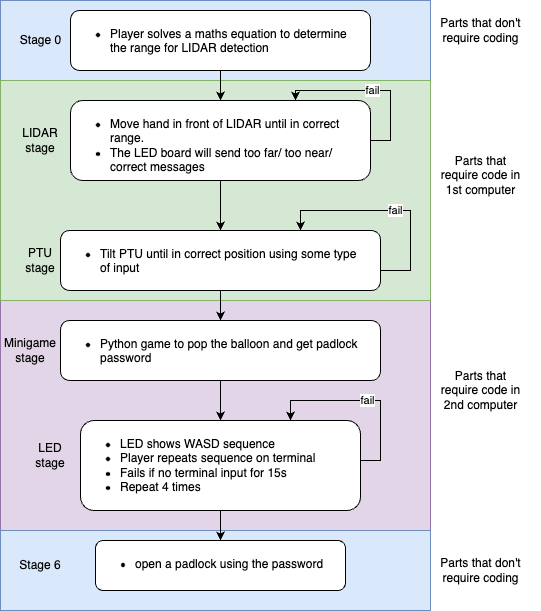
jtho4403/Escape-Room keeps this draw.io diagram as image/flowchart.drawio.png. Above is the earlier version. Source tidied: cells renumbered, new cells last; positions are measured from the earlier drawing's top-left corner, leaving out a move shared by most shapes.
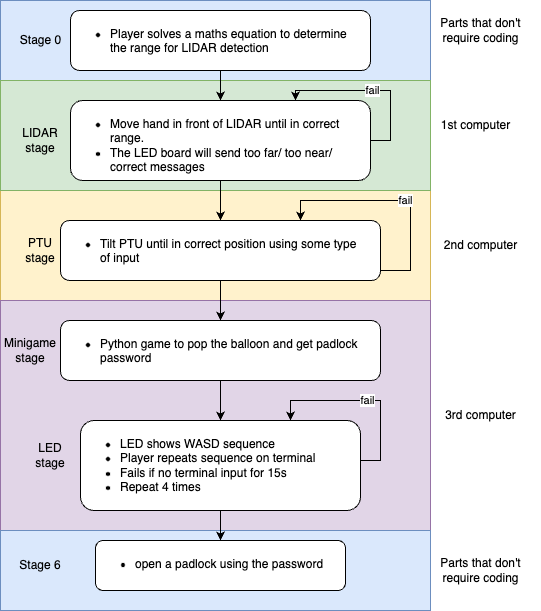
Above is the later version.

Change to the diagram source:
```diff
@@ -5,6 +5,9 @@
     <mxCell id="2" style="rounded=0;whiteSpace=wrap;html=1;strokeColor=none;" parent="1" vertex="1">
       <mxGeometry width="540" height="610" as="geometry" />
     </mxCell>
+    <mxCell id="31" style="rounded=0;whiteSpace=wrap;html=1;fillColor=#fff2cc;strokeColor=#d6b656;" parent="1" vertex="1">
+      <mxGeometry y="190" width="430" height="110" as="geometry" />
+    </mxCell>
     <mxCell id="3" style="rounded=0;whiteSpace=wrap;html=1;fillColor=#e1d5e7;strokeColor=#9673a6;" parent="1" vertex="1">
       <mxGeometry y="300" width="430" height="230" as="geometry" />
     </mxCell>
@@ -15,7 +18,7 @@
       <mxGeometry y="530" width="430" height="80" as="geometry" />
     </mxCell>
     <mxCell id="6" style="rounded=0;whiteSpace=wrap;html=1;fillColor=#d5e8d4;strokeColor=#82b366;" parent="1" vertex="1">
-      <mxGeometry y="80" width="430" height="220" as="geometry" />
+      <mxGeometry y="80" width="430" height="110" as="geometry" />
     </mxCell>
     <mxCell id="7" style="edgeStyle=orthogonalEdgeStyle;rounded=0;jettySize=auto;html=1;" parent="1" edge="1" source="8" target="18">
       <mxGeometry relative="1" as="geometry" />
@@ -55,15 +58,15 @@
       </mxGeometry>
     </mxCell>
     <mxCell id="15" value="PTU&lt;br&gt;stage" style="text;html=1;strokeColor=none;fillColor=none;align=center;verticalAlign=middle;whiteSpace=wrap;rounded=0;" parent="1" vertex="1">
-      <mxGeometry x="10" y="245" width="60" height="30" as="geometry" />
+      <mxGeometry x="10" y="235" width="60" height="30" as="geometry" />
     </mxCell>
     <mxCell id="16" value="fail" style="edgeStyle=orthogonalEdgeStyle;rounded=0;orthogonalLoop=1;jettySize=auto;html=1;exitX=1;exitY=0.5;exitDx=0;exitDy=0;entryX=0.75;entryY=0;entryDx=0;entryDy=0;" parent="1" edge="1" source="18" target="18">
       <mxGeometry relative="1" as="geometry">
         <Array as="points">
-          <mxPoint x="390" y="270" />
+          <mxPoint x="380" y="270" />
           <mxPoint x="410" y="270" />
-          <mxPoint x="410" y="210" />
-          <mxPoint x="310" y="210" />
+          <mxPoint x="410" y="200" />
+          <mxPoint x="300" y="200" />
         </Array>
       </mxGeometry>
     </mxCell>
@@ -71,7 +74,7 @@
       <mxGeometry relative="1" as="geometry" />
     </mxCell>
     <mxCell id="18" value="&lt;ul&gt;&lt;li&gt;Tilt PTU until in correct position using some type of input&amp;nbsp;&lt;/li&gt;&lt;/ul&gt;" style="rounded=1;whiteSpace=wrap;html=1;verticalAlign=top;align=left;spacingLeft=0;spacing=0;spacingRight=20;" parent="1" vertex="1">
-      <mxGeometry x="60" y="230" width="320" height="60" as="geometry" />
+      <mxGeometry x="60" y="220" width="320" height="60" as="geometry" />
     </mxCell>
     <mxCell id="19" value="&lt;ul&gt;&lt;li&gt;open a padlock using the password&lt;/li&gt;&lt;/ul&gt;" style="rounded=1;whiteSpace=wrap;html=1;verticalAlign=top;align=left;spacingLeft=0;spacing=0;spacingRight=20;" parent="1" vertex="1">
       <mxGeometry x="95" y="540" width="250" height="50" as="geometry" />
@@ -85,8 +88,8 @@
     <mxCell id="22" value="&lt;ul&gt;&lt;li&gt;Player solves a maths equation to determine the range for LIDAR detection&lt;/li&gt;&lt;/ul&gt;" style="rounded=1;whiteSpace=wrap;html=1;verticalAlign=top;align=left;spacingLeft=0;spacing=0;spacingRight=10;" parent="1" vertex="1">
       <mxGeometry x="70" y="10" width="300" height="60" as="geometry" />
     </mxCell>
-    <mxCell id="23" value="Parts that &lt;br&gt;require code in&lt;br&gt;1st computer" style="text;html=1;align=center;verticalAlign=middle;" parent="1" vertex="1">
-      <mxGeometry x="430" y="145" width="100" height="60" as="geometry" />
+    <mxCell id="23" value="1st computer" style="text;html=1;align=center;verticalAlign=middle;" parent="1" vertex="1">
+      <mxGeometry x="430" y="110" width="90" height="30" as="geometry" />
     </mxCell>
     <mxCell id="24" value="Parts that don't&lt;br&gt;require coding" style="text;html=1;align=center;verticalAlign=middle;" parent="1" vertex="1">
       <mxGeometry x="430" y="550" width="100" height="40" as="geometry" />
@@ -106,8 +109,11 @@
     <mxCell id="29" value="Minigame&lt;br&gt;stage" style="text;html=1;strokeColor=none;fillColor=none;align=center;verticalAlign=middle;whiteSpace=wrap;rounded=0;" parent="1" vertex="1">
       <mxGeometry y="335" width="60" height="30" as="geometry" />
     </mxCell>
-    <mxCell id="30" value="Parts that &lt;br&gt;require code in&lt;br&gt;2nd computer" style="text;html=1;align=center;verticalAlign=middle;" parent="1" vertex="1">
-      <mxGeometry x="430" y="360" width="100" height="60" as="geometry" />
+    <mxCell id="30" value="2nd computer" style="text;html=1;align=center;verticalAlign=middle;" parent="1" vertex="1">
+      <mxGeometry x="430" y="230" width="100" height="30" as="geometry" />
     </mxCell>
+    <mxCell id="32" value="3rd computer" style="text;html=1;align=center;verticalAlign=middle;" parent="1" vertex="1">
+      <mxGeometry x="435" y="400" width="90" height="30" as="geometry" />
+    </mxCell>
   </root>
 </mxGraphModel>
```
